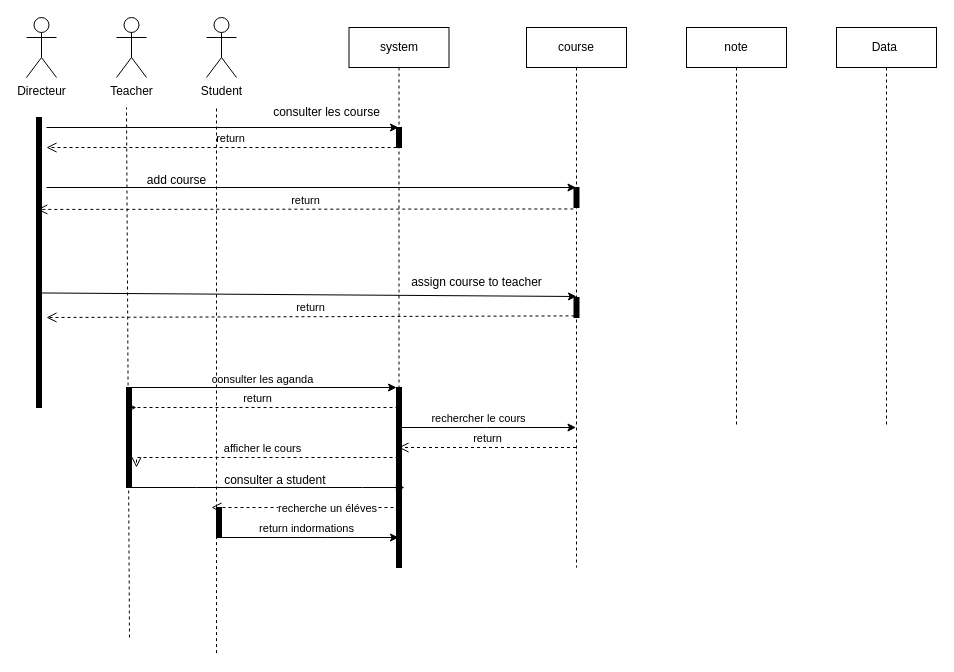
This is diagramme(s) de séquences (de certains cas d'utilisation).drawio from johandeschamps/gestion_ecole, a draw.io file, before an edit. Source tidied: cells renumbered, new cells numbered last; positions are measured from the earlier drawing's top-left corner, leaving out a move shared by most shapes. Both pictures are drawn from the tidied source at 100%, with x=0, y=0 at pixel (26, 17).
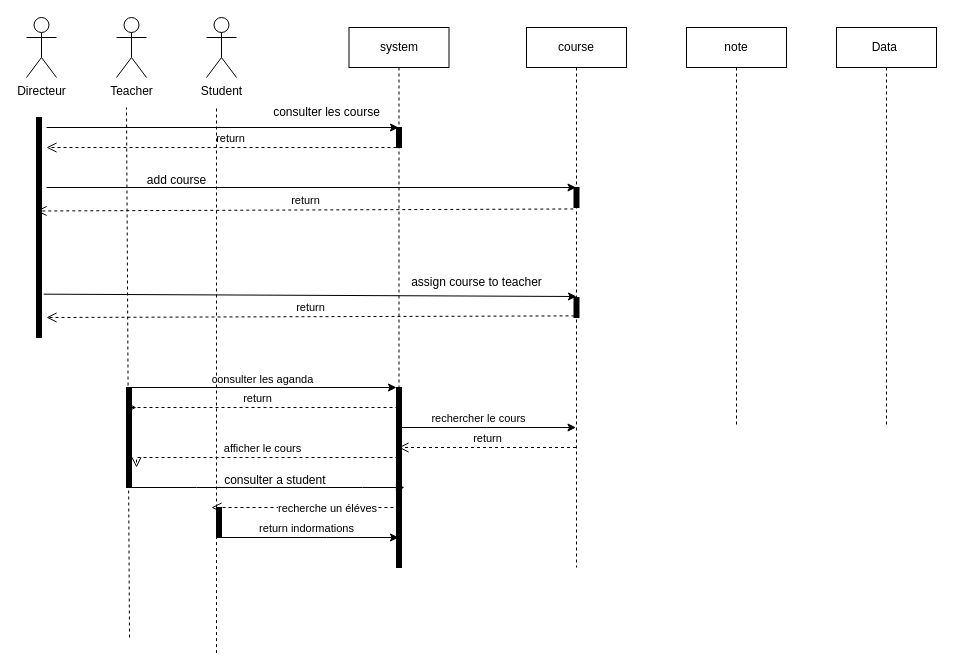
The same page after the edit.

Commit message:
Mettre à jour diagramme(s) de séquences (de certains cas d'utilisation).drawio

Unchanged cells that the change refers to:
```xml
<mxCell id="9" style="html=1;points=[];perimeter=orthogonalPerimeter;fillColor=strokeColor;align=left;verticalAlign=top;spacingLeft=10;" parent="1" vertex="1">
  <mxGeometry x="547.5" y="170" width="5" height="20" as="geometry" />
</mxCell>
<mxCell id="15" style="html=1;points=[];perimeter=orthogonalPerimeter;fillColor=strokeColor;" parent="1" vertex="1">
  <mxGeometry x="547.5" y="280" width="5" height="20" as="geometry" />
</mxCell>
```

The edit, as a diff of the source:
```diff
@@
     <mxCell id="5" style="html=1;points=[];perimeter=orthogonalPerimeter;fillColor=strokeColor;" parent="1" vertex="1">
-      <mxGeometry x="10" y="100" width="5" height="290" as="geometry" />
+      <mxGeometry x="10" y="100" width="5" height="220" as="geometry" />
     </mxCell>
@@
-    <mxCell id="11" value="return" style="endArrow=open;startArrow=none;endFill=0;startFill=0;endSize=8;html=1;verticalAlign=bottom;dashed=1;labelBackgroundColor=none;rounded=0;exitX=-0.14;exitY=1.073;exitDx=0;exitDy=0;exitPerimeter=0;entryX=0.16;entryY=0.317;entryDx=0;entryDy=0;entryPerimeter=0;" parent="1" edge="1" source="9" target="5">
+    <mxCell id="11" value="return" style="endArrow=open;startArrow=none;endFill=0;startFill=0;endSize=8;html=1;verticalAlign=bottom;dashed=1;labelBackgroundColor=none;rounded=0;exitX=-0.14;exitY=1.073;exitDx=0;exitDy=0;exitPerimeter=0;entryX=0;entryY=0.425;entryDx=0;entryDy=0;entryPerimeter=0;" parent="1" edge="1" source="9" target="5">
       <mxGeometry relative="1" as="geometry" />
     </mxCell>
@@
-    <mxCell id="13" style="endArrow=classic;html=1;rounded=0;exitX=0.32;exitY=0.605;exitDx=0;exitDy=0;exitPerimeter=0;entryX=0.5;entryY=-0.05;entryDx=0;entryDy=0;entryPerimeter=0;" parent="1" edge="1" source="5" target="15">
+    <mxCell id="13" style="endArrow=classic;html=1;rounded=0;exitX=1.44;exitY=0.803;exitDx=0;exitDy=0;exitPerimeter=0;entryX=0.5;entryY=-0.05;entryDx=0;entryDy=0;entryPerimeter=0;" parent="1" edge="1" source="5" target="15">
       <mxGeometry relative="1" as="geometry" />
     </mxCell>
```
